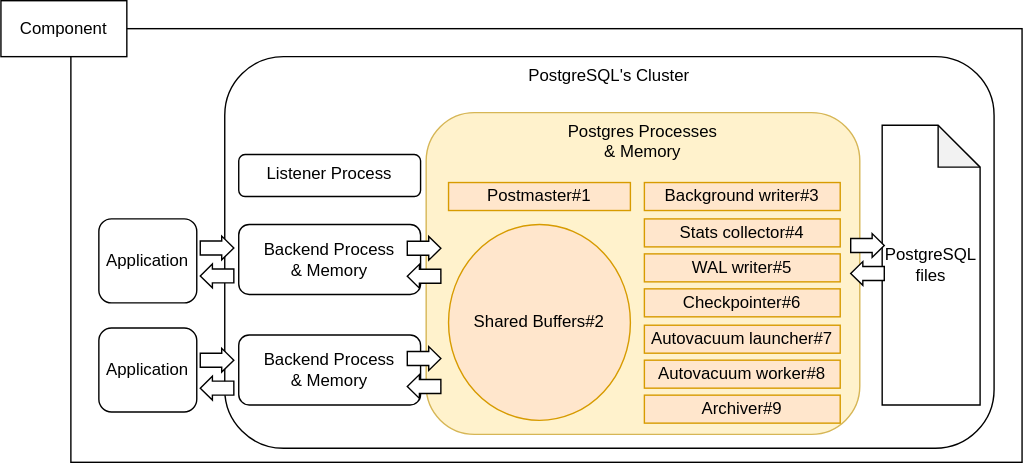
Earlier version of the draw.io export src/Content/Postgresql/SVGs/explore/components/explore_component_postgresprocess.svg (koyama2023PBL/yatagarasu). Source tidied: cells renumbered, new cells last; positions are measured from the earlier drawing's top-left corner, leaving out a move shared by most shapes. Source of this version:
```xml
<mxGraphModel>
  <root>
    <mxCell id="0" />
    <mxCell id="1" parent="0" />
    <mxCell id="2" style="rounded=0;whiteSpace=wrap;html=1;" parent="1" vertex="1">
      <mxGeometry x="50" y="20" width="680" height="310" as="geometry" />
    </mxCell>
    <mxCell id="3" value="Component" style="rounded=0;whiteSpace=wrap;html=1;align=center;" parent="1" vertex="1">
      <mxGeometry width="90" height="40" as="geometry" />
    </mxCell>
    <mxCell id="4" value="Application" style="rounded=1;whiteSpace=wrap;html=1;" parent="1" vertex="1">
      <mxGeometry x="70" y="156" width="70" height="60" as="geometry" />
    </mxCell>
    <mxCell id="5" value="PostgreSQL's Cluster" style="rounded=1;whiteSpace=wrap;html=1;verticalAlign=top;" parent="1" vertex="1">
      <mxGeometry x="160" y="40" width="550" height="280" as="geometry" />
    </mxCell>
    <mxCell id="6" value="Application" style="rounded=1;whiteSpace=wrap;html=1;" parent="1" vertex="1">
      <mxGeometry x="70" y="234" width="70" height="60" as="geometry" />
    </mxCell>
    <mxCell id="7" value="Backend Process&lt;br&gt;&amp;amp; Memory" style="rounded=1;whiteSpace=wrap;html=1;verticalAlign=middle;align=center;" parent="1" vertex="1">
      <mxGeometry x="170" y="160" width="130" height="50" as="geometry" />
    </mxCell>
    <mxCell id="8" value="Postgres Processes&lt;br&gt;&amp;amp; Memory" style="rounded=1;whiteSpace=wrap;html=1;verticalAlign=top;fillColor=#fff2cc;strokeColor=#d6b656;" parent="1" vertex="1">
      <mxGeometry x="304" y="80" width="310" height="230" as="geometry" />
    </mxCell>
    <mxCell id="9" value="PostgreSQL&lt;br&gt;files" style="shape=note;whiteSpace=wrap;html=1;backgroundOutline=1;darkOpacity=0.05;" parent="1" vertex="1">
      <mxGeometry x="630" y="89" width="70" height="200" as="geometry" />
    </mxCell>
    <mxCell id="10" style="shape=flexArrow;endArrow=classic;html=1;rounded=0;endWidth=6;endSize=2.5566666666666666;labelBackgroundColor=#FFFFFF;fillColor=default;" parent="1" edge="1">
      <mxGeometry relative="1" as="geometry">
        <mxPoint x="607" y="175" as="sourcePoint" />
        <mxPoint x="632" y="175" as="targetPoint" />
      </mxGeometry>
    </mxCell>
    <mxCell id="11" style="shape=flexArrow;endArrow=classic;html=1;rounded=0;endWidth=6;endSize=2.5566666666666666;labelBackgroundColor=#FFFFFF;fillColor=default;" parent="1" edge="1">
      <mxGeometry relative="1" as="geometry">
        <mxPoint x="632" y="195" as="sourcePoint" />
        <mxPoint x="607" y="195" as="targetPoint" />
      </mxGeometry>
    </mxCell>
    <mxCell id="12" style="shape=flexArrow;endArrow=classic;html=1;rounded=0;endWidth=6;endSize=2.5566666666666666;labelBackgroundColor=#FFFFFF;fillColor=default;" parent="1" edge="1">
      <mxGeometry relative="1" as="geometry">
        <mxPoint x="142" y="257" as="sourcePoint" />
        <mxPoint x="167" y="257" as="targetPoint" />
      </mxGeometry>
    </mxCell>
    <mxCell id="13" style="shape=flexArrow;endArrow=classic;html=1;rounded=0;endWidth=6;endSize=2.5566666666666666;labelBackgroundColor=#FFFFFF;fillColor=default;" parent="1" edge="1">
      <mxGeometry relative="1" as="geometry">
        <mxPoint x="167" y="277" as="sourcePoint" />
        <mxPoint x="142" y="277" as="targetPoint" />
      </mxGeometry>
    </mxCell>
    <mxCell id="14" style="shape=flexArrow;endArrow=classic;html=1;rounded=0;endWidth=6;endSize=2.5566666666666666;labelBackgroundColor=#FFFFFF;fillColor=default;" parent="1" edge="1">
      <mxGeometry relative="1" as="geometry">
        <mxPoint x="142" y="176.8" as="sourcePoint" />
        <mxPoint x="167" y="176.8" as="targetPoint" />
      </mxGeometry>
    </mxCell>
    <mxCell id="15" style="shape=flexArrow;endArrow=classic;html=1;rounded=0;endWidth=6;endSize=2.5566666666666666;labelBackgroundColor=#FFFFFF;fillColor=default;" parent="1" edge="1">
      <mxGeometry relative="1" as="geometry">
        <mxPoint x="167" y="196.8" as="sourcePoint" />
        <mxPoint x="142" y="196.8" as="targetPoint" />
      </mxGeometry>
    </mxCell>
    <mxCell id="16" value="Listener Process" style="rounded=1;whiteSpace=wrap;html=1;verticalAlign=top;align=center;" parent="1" vertex="1">
      <mxGeometry x="170" y="110" width="130" height="30" as="geometry" />
    </mxCell>
    <mxCell id="17" value="Backend Process&lt;br&gt;&amp;amp; Memory" style="rounded=1;whiteSpace=wrap;html=1;verticalAlign=middle;align=center;" parent="1" vertex="1">
      <mxGeometry x="170" y="239" width="130" height="50" as="geometry" />
    </mxCell>
    <mxCell id="18" style="shape=flexArrow;endArrow=classic;html=1;rounded=0;endWidth=6;endSize=2.5566666666666666;labelBackgroundColor=#FFFFFF;fillColor=default;" parent="1" edge="1">
      <mxGeometry relative="1" as="geometry">
        <mxPoint x="290" y="177" as="sourcePoint" />
        <mxPoint x="315" y="177" as="targetPoint" />
      </mxGeometry>
    </mxCell>
    <mxCell id="19" style="shape=flexArrow;endArrow=classic;html=1;rounded=0;endWidth=6;endSize=2.5566666666666666;labelBackgroundColor=#FFFFFF;fillColor=default;" parent="1" edge="1">
      <mxGeometry relative="1" as="geometry">
        <mxPoint x="315" y="197" as="sourcePoint" />
        <mxPoint x="290" y="197" as="targetPoint" />
      </mxGeometry>
    </mxCell>
    <mxCell id="20" style="shape=flexArrow;endArrow=classic;html=1;rounded=0;endWidth=6;endSize=2.5566666666666666;labelBackgroundColor=#FFFFFF;fillColor=default;" parent="1" edge="1">
      <mxGeometry relative="1" as="geometry">
        <mxPoint x="290" y="255.8" as="sourcePoint" />
        <mxPoint x="315" y="255.8" as="targetPoint" />
      </mxGeometry>
    </mxCell>
    <mxCell id="21" style="shape=flexArrow;endArrow=classic;html=1;rounded=0;endWidth=6;endSize=2.5566666666666666;labelBackgroundColor=#FFFFFF;fillColor=default;" parent="1" edge="1">
      <mxGeometry relative="1" as="geometry">
        <mxPoint x="315" y="275.8" as="sourcePoint" />
        <mxPoint x="290" y="275.8" as="targetPoint" />
      </mxGeometry>
    </mxCell>
    <mxCell id="22" value="Postmaster#1" style="rounded=0;whiteSpace=wrap;html=1;fillColor=#ffe6cc;strokeColor=#d79b00;" parent="1" vertex="1">
      <mxGeometry x="320" y="130" width="130" height="20" as="geometry" />
    </mxCell>
    <mxCell id="23" value="Background writer#3" style="rounded=0;whiteSpace=wrap;html=1;fillColor=#ffe6cc;strokeColor=#d79b00;" parent="1" vertex="1">
      <mxGeometry x="460" y="130" width="140" height="20" as="geometry" />
    </mxCell>
    <mxCell id="24" value="Stats collector#4" style="rounded=0;whiteSpace=wrap;html=1;fillColor=#ffe6cc;strokeColor=#d79b00;" parent="1" vertex="1">
      <mxGeometry x="460" y="156" width="140" height="20" as="geometry" />
    </mxCell>
    <mxCell id="25" value="WAL writer#5" style="rounded=0;whiteSpace=wrap;html=1;fillColor=#ffe6cc;strokeColor=#d79b00;" parent="1" vertex="1">
      <mxGeometry x="460" y="181" width="140" height="20" as="geometry" />
    </mxCell>
    <mxCell id="26" value="Checkpointer#6" style="rounded=0;whiteSpace=wrap;html=1;fillColor=#ffe6cc;strokeColor=#d79b00;" parent="1" vertex="1">
      <mxGeometry x="460" y="206" width="140" height="20" as="geometry" />
    </mxCell>
    <mxCell id="27" value="Autovacuum launcher#7" style="rounded=0;whiteSpace=wrap;html=1;fillColor=#ffe6cc;strokeColor=#d79b00;" parent="1" vertex="1">
      <mxGeometry x="460" y="232" width="140" height="20" as="geometry" />
    </mxCell>
    <mxCell id="28" value="Autovacuum worker#8" style="rounded=0;whiteSpace=wrap;html=1;fillColor=#ffe6cc;strokeColor=#d79b00;" parent="1" vertex="1">
      <mxGeometry x="460" y="257" width="140" height="20" as="geometry" />
    </mxCell>
    <mxCell id="29" value="Archiver#9" style="rounded=0;whiteSpace=wrap;html=1;fillColor=#ffe6cc;strokeColor=#d79b00;" parent="1" vertex="1">
      <mxGeometry x="460" y="282" width="140" height="20" as="geometry" />
    </mxCell>
    <mxCell id="30" value="Shared Buffers#2" style="ellipse;whiteSpace=wrap;html=1;fillColor=#ffe6cc;strokeColor=#d79b00;" parent="1" vertex="1">
      <mxGeometry x="320" y="160" width="130" height="140" as="geometry" />
    </mxCell>
  </root>
</mxGraphModel>
```
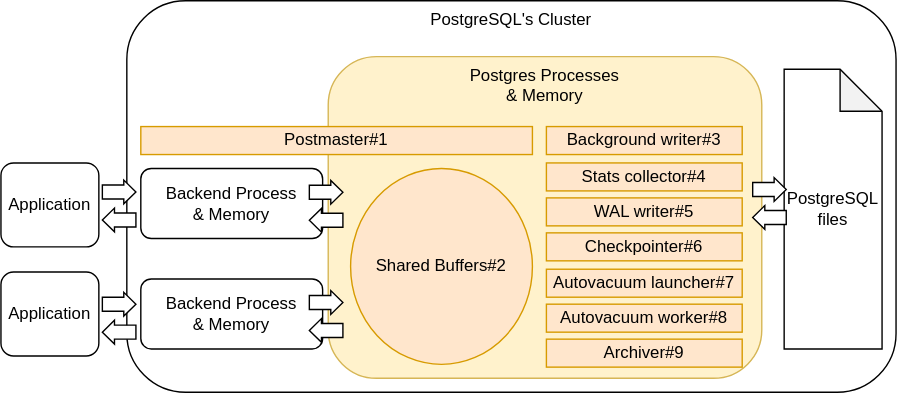
Above is the later version.

The edit, as a diff of the source:
```diff
@@ -2,12 +2,6 @@
   <root>
     <mxCell id="0" />
     <mxCell id="1" parent="0" />
-    <mxCell id="2" style="rounded=0;whiteSpace=wrap;html=1;" parent="1" vertex="1">
-      <mxGeometry x="50" y="20" width="680" height="310" as="geometry" />
-    </mxCell>
-    <mxCell id="3" value="Component" style="rounded=0;whiteSpace=wrap;html=1;align=center;" parent="1" vertex="1">
-      <mxGeometry width="90" height="40" as="geometry" />
-    </mxCell>
     <mxCell id="4" value="Application" style="rounded=1;whiteSpace=wrap;html=1;" parent="1" vertex="1">
       <mxGeometry x="70" y="156" width="70" height="60" as="geometry" />
     </mxCell>
@@ -62,9 +56,6 @@
         <mxPoint x="142" y="196.8" as="targetPoint" />
       </mxGeometry>
     </mxCell>
-    <mxCell id="16" value="Listener Process" style="rounded=1;whiteSpace=wrap;html=1;verticalAlign=top;align=center;" parent="1" vertex="1">
-      <mxGeometry x="170" y="110" width="130" height="30" as="geometry" />
-    </mxCell>
     <mxCell id="17" value="Backend Process&lt;br&gt;&amp;amp; Memory" style="rounded=1;whiteSpace=wrap;html=1;verticalAlign=middle;align=center;" parent="1" vertex="1">
       <mxGeometry x="170" y="239" width="130" height="50" as="geometry" />
     </mxCell>
@@ -93,7 +84,7 @@
       </mxGeometry>
     </mxCell>
     <mxCell id="22" value="Postmaster#1" style="rounded=0;whiteSpace=wrap;html=1;fillColor=#ffe6cc;strokeColor=#d79b00;" parent="1" vertex="1">
-      <mxGeometry x="320" y="130" width="130" height="20" as="geometry" />
+      <mxGeometry x="170" y="130" width="280" height="20" as="geometry" />
     </mxCell>
     <mxCell id="23" value="Background writer#3" style="rounded=0;whiteSpace=wrap;html=1;fillColor=#ffe6cc;strokeColor=#d79b00;" parent="1" vertex="1">
       <mxGeometry x="460" y="130" width="140" height="20" as="geometry" />
```
